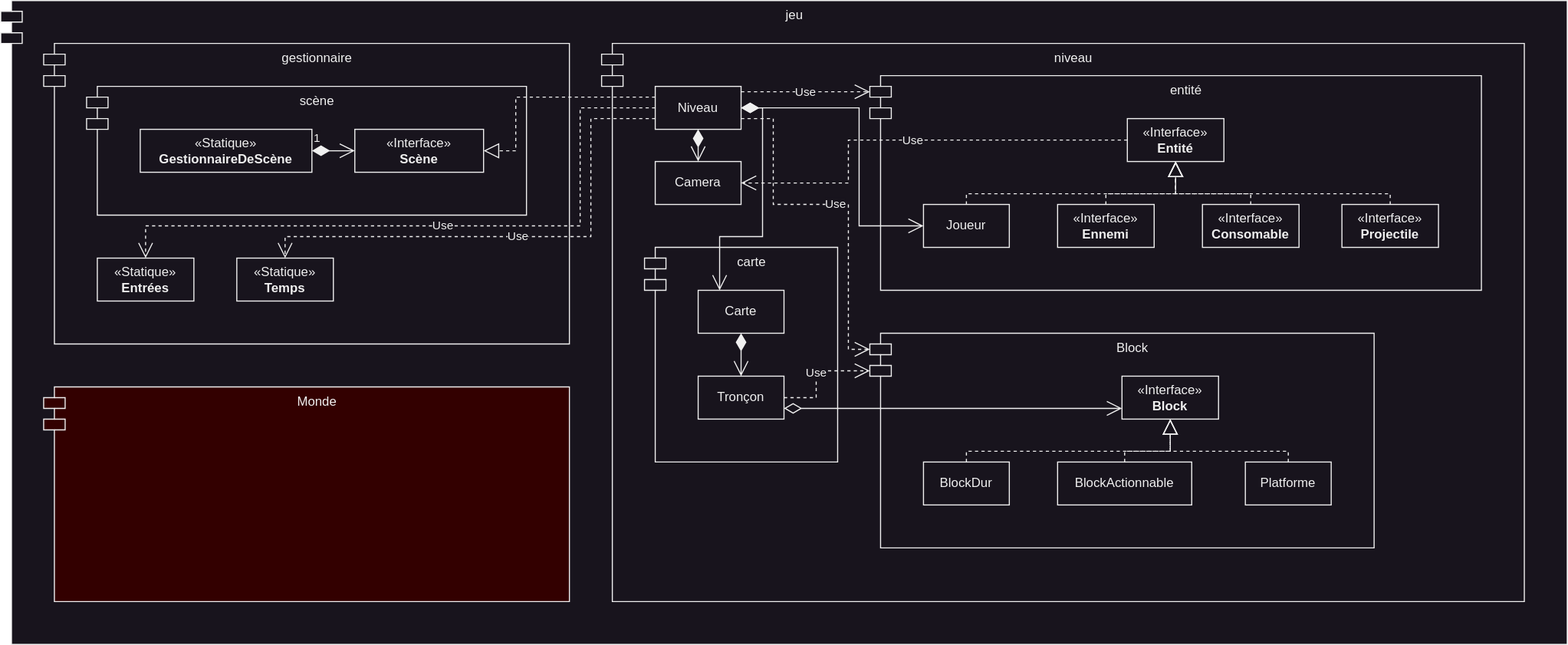
yuesubi/maria-sis keeps this draw.io diagram as res/schemas/classes.svg. Above is the earlier version. Source tidied: cells renumbered, new cells last; positions are measured from the earlier drawing's top-left corner, leaving out a move shared by most shapes.
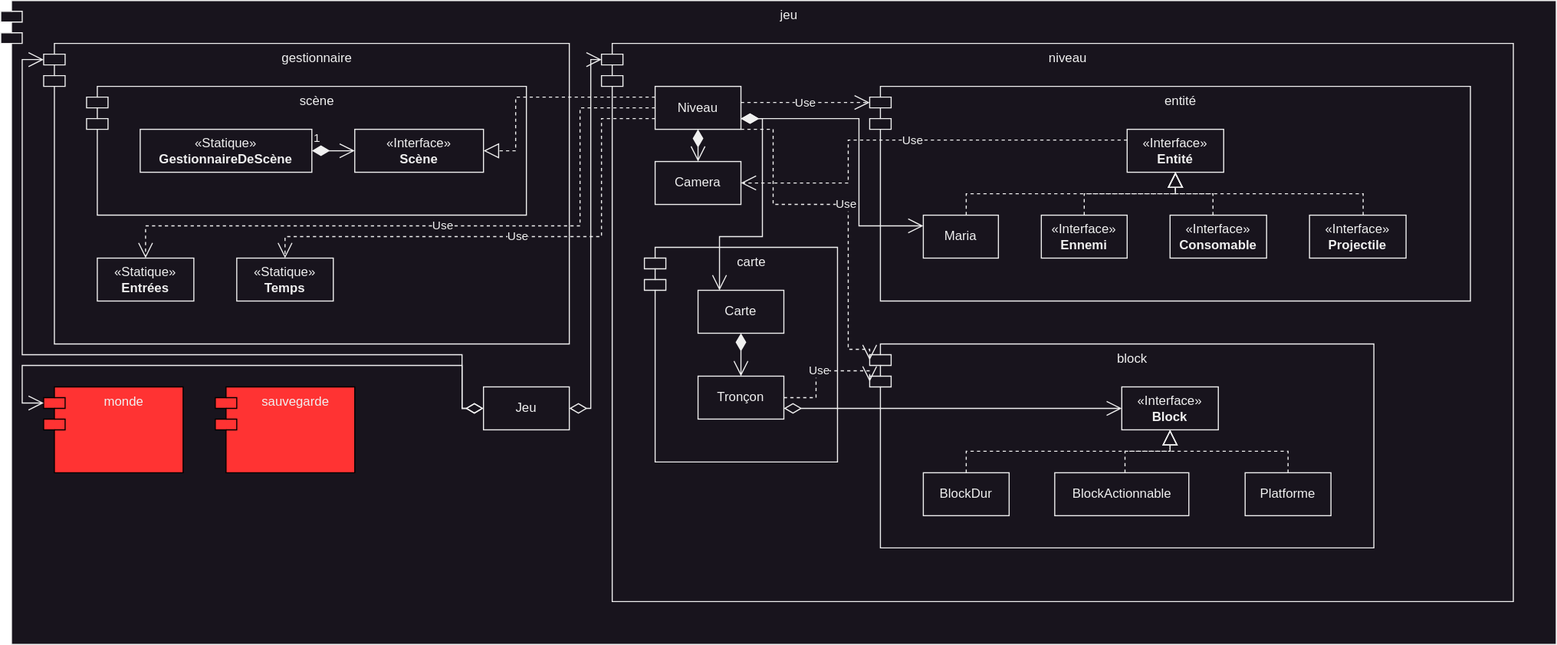
Above is the later version.

Diff of the diagram source:
```diff
@@ -3,7 +3,7 @@
     <mxCell id="0" />
     <mxCell id="1" parent="0" />
     <mxCell id="2" value="&lt;div&gt;jeu&lt;/div&gt;" style="shape=module;align=left;spacingLeft=20;align=center;verticalAlign=top;whiteSpace=wrap;html=1;" parent="1" vertex="1">
-      <mxGeometry width="1460" height="600" as="geometry" />
+      <mxGeometry width="1450" height="600" as="geometry" />
     </mxCell>
     <mxCell id="3" value="&lt;div&gt;gestionnaire&lt;/div&gt;" style="shape=module;align=left;spacingLeft=20;align=center;verticalAlign=top;whiteSpace=wrap;html=1;" parent="1" vertex="1">
       <mxGeometry x="40" y="40" width="490" height="280" as="geometry" />
@@ -12,16 +12,16 @@
       <mxGeometry x="80" y="80" width="410" height="120" as="geometry" />
     </mxCell>
     <mxCell id="5" value="niveau" style="shape=module;align=left;spacingLeft=20;align=center;verticalAlign=top;whiteSpace=wrap;html=1;" parent="1" vertex="1">
-      <mxGeometry x="560" y="40" width="860" height="520" as="geometry" />
+      <mxGeometry x="560" y="40" width="850" height="520" as="geometry" />
     </mxCell>
     <mxCell id="6" value="entité" style="shape=module;align=left;spacingLeft=20;align=center;verticalAlign=top;whiteSpace=wrap;html=1;" parent="1" vertex="1">
-      <mxGeometry x="810" y="70" width="570" height="200" as="geometry" />
+      <mxGeometry x="810" y="80" width="560" height="200" as="geometry" />
     </mxCell>
-    <mxCell id="7" value="Monde" style="shape=module;align=left;spacingLeft=20;align=center;verticalAlign=top;whiteSpace=wrap;html=1;fillColor=#330000;" parent="1" vertex="1">
-      <mxGeometry x="40" y="360" width="490" height="200" as="geometry" />
+    <mxCell id="7" value="monde" style="shape=module;align=left;spacingLeft=20;align=center;verticalAlign=top;whiteSpace=wrap;html=1;fillColor=#FF3333;strokeColor=#000000;" parent="1" vertex="1">
+      <mxGeometry x="40" y="360" width="130" height="80" as="geometry" />
     </mxCell>
-    <mxCell id="8" value="&lt;div&gt;Block&lt;/div&gt;" style="shape=module;align=left;spacingLeft=20;align=center;verticalAlign=top;whiteSpace=wrap;html=1;" parent="1" vertex="1">
-      <mxGeometry x="810" y="310" width="470" height="200" as="geometry" />
+    <mxCell id="8" value="&lt;div&gt;block&lt;/div&gt;" style="shape=module;align=left;spacingLeft=20;align=center;verticalAlign=top;whiteSpace=wrap;html=1;" parent="1" vertex="1">
+      <mxGeometry x="810" y="320" width="470" height="190" as="geometry" />
     </mxCell>
     <mxCell id="9" value="1" style="endArrow=open;html=1;endSize=12;startArrow=diamondThin;startSize=14;startFill=1;edgeStyle=orthogonalEdgeStyle;align=left;verticalAlign=bottom;rounded=0;" parent="1" edge="1" source="10" target="11">
       <mxGeometry x="-1" y="3" relative="1" as="geometry" />
@@ -61,8 +61,8 @@
     <mxCell id="17" value="Use" style="endArrow=open;endSize=12;dashed=1;html=1;rounded=0;edgeStyle=orthogonalEdgeStyle;" parent="1" edge="1" source="14" target="13">
       <mxGeometry relative="1" as="geometry">
         <Array as="points">
-          <mxPoint x="550" y="110" />
-          <mxPoint x="550" y="220" />
+          <mxPoint x="560" y="110" />
+          <mxPoint x="560" y="220" />
           <mxPoint x="265" y="220" />
         </Array>
       </mxGeometry>
@@ -82,7 +82,7 @@
     <mxCell id="22" style="endArrow=open;html=1;endSize=12;startArrow=diamondThin;startSize=14;startFill=1;edgeStyle=orthogonalEdgeStyle;align=left;verticalAlign=bottom;rounded=0;" parent="1" edge="1" source="14" target="20">
       <mxGeometry x="-1" y="3" relative="1" as="geometry">
         <Array as="points">
-          <mxPoint x="710" y="100" />
+          <mxPoint x="710" y="110" />
           <mxPoint x="710" y="220" />
           <mxPoint x="670" y="220" />
         </Array>
@@ -95,19 +95,19 @@
       <mxGeometry x="-1" y="3" relative="1" as="geometry" />
     </mxCell>
     <mxCell id="25" value="&lt;div&gt;«Interface»&lt;b&gt;&lt;br&gt;&lt;/b&gt;&lt;/div&gt;&lt;div&gt;&lt;b&gt;Entité&lt;/b&gt;&lt;/div&gt;" style="html=1;whiteSpace=wrap;" parent="1" vertex="1">
-      <mxGeometry x="1050" y="110" width="90" height="40" as="geometry" />
+      <mxGeometry x="1050" y="120" width="90" height="40" as="geometry" />
     </mxCell>
-    <mxCell id="26" value="Joueur" style="html=1;whiteSpace=wrap;" parent="1" vertex="1">
-      <mxGeometry x="860" y="190" width="80" height="40" as="geometry" />
+    <mxCell id="26" value="Maria" style="html=1;whiteSpace=wrap;" parent="1" vertex="1">
+      <mxGeometry x="860" y="200" width="70" height="40" as="geometry" />
     </mxCell>
     <mxCell id="27" value="&lt;div&gt;«Interface»&lt;b&gt;&lt;br&gt;&lt;/b&gt;&lt;/div&gt;&lt;div&gt;&lt;b&gt;Consomable&lt;/b&gt;&lt;/div&gt;" style="html=1;whiteSpace=wrap;" parent="1" vertex="1">
-      <mxGeometry x="1120" y="190" width="90" height="40" as="geometry" />
+      <mxGeometry x="1090" y="200" width="90" height="40" as="geometry" />
     </mxCell>
     <mxCell id="28" value="&lt;div&gt;«Interface»&lt;b&gt;&lt;br&gt;&lt;/b&gt;&lt;/div&gt;&lt;div&gt;&lt;b&gt;Ennemi&lt;/b&gt;&lt;/div&gt;" style="html=1;whiteSpace=wrap;" parent="1" vertex="1">
-      <mxGeometry x="985" y="190" width="90" height="40" as="geometry" />
+      <mxGeometry x="970" y="200" width="80" height="40" as="geometry" />
     </mxCell>
     <mxCell id="29" value="&lt;div&gt;«Interface»&lt;b&gt;&lt;br&gt;&lt;/b&gt;&lt;/div&gt;&lt;div&gt;&lt;b&gt;Projectile&lt;/b&gt;&lt;/div&gt;" style="html=1;whiteSpace=wrap;" parent="1" vertex="1">
-      <mxGeometry x="1250" y="190" width="90" height="40" as="geometry" />
+      <mxGeometry x="1220" y="200" width="90" height="40" as="geometry" />
     </mxCell>
     <mxCell id="30" style="endArrow=block;dashed=1;endFill=0;endSize=12;html=1;rounded=0;edgeStyle=orthogonalEdgeStyle;" parent="1" edge="1" source="26" target="25">
       <mxGeometry relative="1" as="geometry">
@@ -120,7 +120,7 @@
     <mxCell id="31" style="endArrow=block;dashed=1;endFill=0;endSize=12;html=1;rounded=0;edgeStyle=orthogonalEdgeStyle;" parent="1" edge="1" source="28" target="25">
       <mxGeometry relative="1" as="geometry">
         <Array as="points">
-          <mxPoint x="1030" y="180" />
+          <mxPoint x="1010" y="180" />
           <mxPoint x="1095" y="180" />
         </Array>
       </mxGeometry>
@@ -128,7 +128,7 @@
     <mxCell id="32" style="endArrow=block;dashed=1;endFill=0;endSize=12;html=1;rounded=0;edgeStyle=orthogonalEdgeStyle;" parent="1" edge="1" source="27" target="25">
       <mxGeometry relative="1" as="geometry">
         <Array as="points">
-          <mxPoint x="1165" y="180" />
+          <mxPoint x="1130" y="180" />
           <mxPoint x="1095" y="180" />
         </Array>
       </mxGeometry>
@@ -136,7 +136,7 @@
     <mxCell id="33" style="endArrow=block;dashed=1;endFill=0;endSize=12;html=1;rounded=0;edgeStyle=orthogonalEdgeStyle;" parent="1" edge="1" source="29" target="25">
       <mxGeometry relative="1" as="geometry">
         <Array as="points">
-          <mxPoint x="1295" y="180" />
+          <mxPoint x="1270" y="180" />
           <mxPoint x="1095" y="180" />
         </Array>
       </mxGeometry>
@@ -144,7 +144,7 @@
     <mxCell id="34" style="endArrow=open;html=1;endSize=12;startArrow=diamondThin;startSize=14;startFill=1;edgeStyle=orthogonalEdgeStyle;align=left;verticalAlign=bottom;rounded=0;" parent="1" edge="1" source="14" target="26">
       <mxGeometry x="-1" y="3" relative="1" as="geometry">
         <Array as="points">
-          <mxPoint x="800" y="100" />
+          <mxPoint x="800" y="110" />
           <mxPoint x="800" y="210" />
         </Array>
       </mxGeometry>
@@ -160,15 +160,15 @@
     <mxCell id="36" value="Use" style="endArrow=open;endSize=12;dashed=1;html=1;rounded=0;entryX=0;entryY=0;entryDx=0;entryDy=15;entryPerimeter=0;edgeStyle=orthogonalEdgeStyle;" parent="1" edge="1" source="14" target="6">
       <mxGeometry relative="1" as="geometry">
         <Array as="points">
-          <mxPoint x="720" y="85" />
-          <mxPoint x="720" y="85" />
+          <mxPoint x="760" y="95" />
+          <mxPoint x="760" y="95" />
         </Array>
       </mxGeometry>
     </mxCell>
     <mxCell id="37" value="Use" style="endArrow=open;endSize=12;dashed=1;html=1;rounded=0;entryX=0;entryY=0;entryDx=0;entryDy=15;entryPerimeter=0;edgeStyle=orthogonalEdgeStyle;" parent="1" edge="1" source="14" target="8">
       <mxGeometry relative="1" as="geometry">
         <Array as="points">
-          <mxPoint x="720" y="110" />
+          <mxPoint x="720" y="120" />
           <mxPoint x="720" y="190" />
           <mxPoint x="790" y="190" />
           <mxPoint x="790" y="325" />
@@ -184,16 +184,16 @@
       </mxGeometry>
     </mxCell>
     <mxCell id="39" value="&lt;div&gt;«Interface»&lt;b&gt;&lt;br&gt;&lt;/b&gt;&lt;/div&gt;&lt;div&gt;&lt;b&gt;Block&lt;/b&gt;&lt;/div&gt;" style="html=1;whiteSpace=wrap;" parent="1" vertex="1">
-      <mxGeometry x="1045" y="350" width="90" height="40" as="geometry" />
+      <mxGeometry x="1045" y="360" width="90" height="40" as="geometry" />
     </mxCell>
     <mxCell id="40" value="BlockDur" style="html=1;whiteSpace=wrap;" parent="1" vertex="1">
-      <mxGeometry x="860" y="430" width="80" height="40" as="geometry" />
+      <mxGeometry x="860" y="440" width="80" height="40" as="geometry" />
     </mxCell>
     <mxCell id="41" value="&lt;div&gt;BlockActionnable&lt;/div&gt;" style="html=1;whiteSpace=wrap;" parent="1" vertex="1">
-      <mxGeometry x="985" y="430" width="125" height="40" as="geometry" />
+      <mxGeometry x="982.5" y="440" width="125" height="40" as="geometry" />
     </mxCell>
     <mxCell id="42" value="Platforme" style="html=1;whiteSpace=wrap;" parent="1" vertex="1">
-      <mxGeometry x="1160" y="430" width="80" height="40" as="geometry" />
+      <mxGeometry x="1160" y="440" width="80" height="40" as="geometry" />
     </mxCell>
     <mxCell id="43" style="endArrow=block;dashed=1;endFill=0;endSize=12;html=1;rounded=0;edgeStyle=orthogonalEdgeStyle;" parent="1" edge="1" source="40" target="39">
       <mxGeometry relative="1" as="geometry">
@@ -227,5 +227,39 @@
         </Array>
       </mxGeometry>
     </mxCell>
+    <mxCell id="47" value="Jeu" style="html=1;whiteSpace=wrap;" parent="1" vertex="1">
+      <mxGeometry x="450" y="360" width="80" height="40" as="geometry" />
+    </mxCell>
+    <mxCell id="48" style="endArrow=open;html=1;endSize=12;startArrow=diamondThin;startSize=14;startFill=0;edgeStyle=orthogonalEdgeStyle;align=left;verticalAlign=bottom;rounded=0;entryX=0;entryY=0;entryDx=0;entryDy=15;entryPerimeter=0;" parent="1" edge="1" source="47" target="5">
+      <mxGeometry x="-1" y="3" relative="1" as="geometry">
+        <Array as="points">
+          <mxPoint x="550" y="380" />
+          <mxPoint x="550" y="55" />
+        </Array>
+      </mxGeometry>
+    </mxCell>
+    <mxCell id="49" style="endArrow=open;html=1;endSize=12;startArrow=diamondThin;startSize=14;startFill=0;edgeStyle=orthogonalEdgeStyle;align=left;verticalAlign=bottom;rounded=0;entryX=0;entryY=0;entryDx=0;entryDy=15;entryPerimeter=0;" parent="1" edge="1" source="47" target="3">
+      <mxGeometry x="-1" y="3" relative="1" as="geometry">
+        <Array as="points">
+          <mxPoint x="430" y="380" />
+          <mxPoint x="430" y="330" />
+          <mxPoint x="20" y="330" />
+          <mxPoint x="20" y="55" />
+        </Array>
+      </mxGeometry>
+    </mxCell>
+    <mxCell id="50" style="endArrow=open;html=1;endSize=12;startArrow=diamondThin;startSize=14;startFill=0;edgeStyle=orthogonalEdgeStyle;align=left;verticalAlign=bottom;rounded=0;entryX=0;entryY=0;entryDx=0;entryDy=15;entryPerimeter=0;" parent="1" edge="1" source="47" target="7">
+      <mxGeometry x="-1" y="3" relative="1" as="geometry">
+        <Array as="points">
+          <mxPoint x="430" y="380" />
+          <mxPoint x="430" y="340" />
+          <mxPoint x="20" y="340" />
+          <mxPoint x="20" y="375" />
+        </Array>
+      </mxGeometry>
+    </mxCell>
+    <mxCell id="51" value="sauvegarde" style="shape=module;align=left;spacingLeft=20;align=center;verticalAlign=top;whiteSpace=wrap;html=1;fillColor=#FF3333;strokeColor=#000000;" parent="1" vertex="1">
+      <mxGeometry x="200" y="360" width="130" height="80" as="geometry" />
+    </mxCell>
   </root>
 </mxGraphModel>
```
